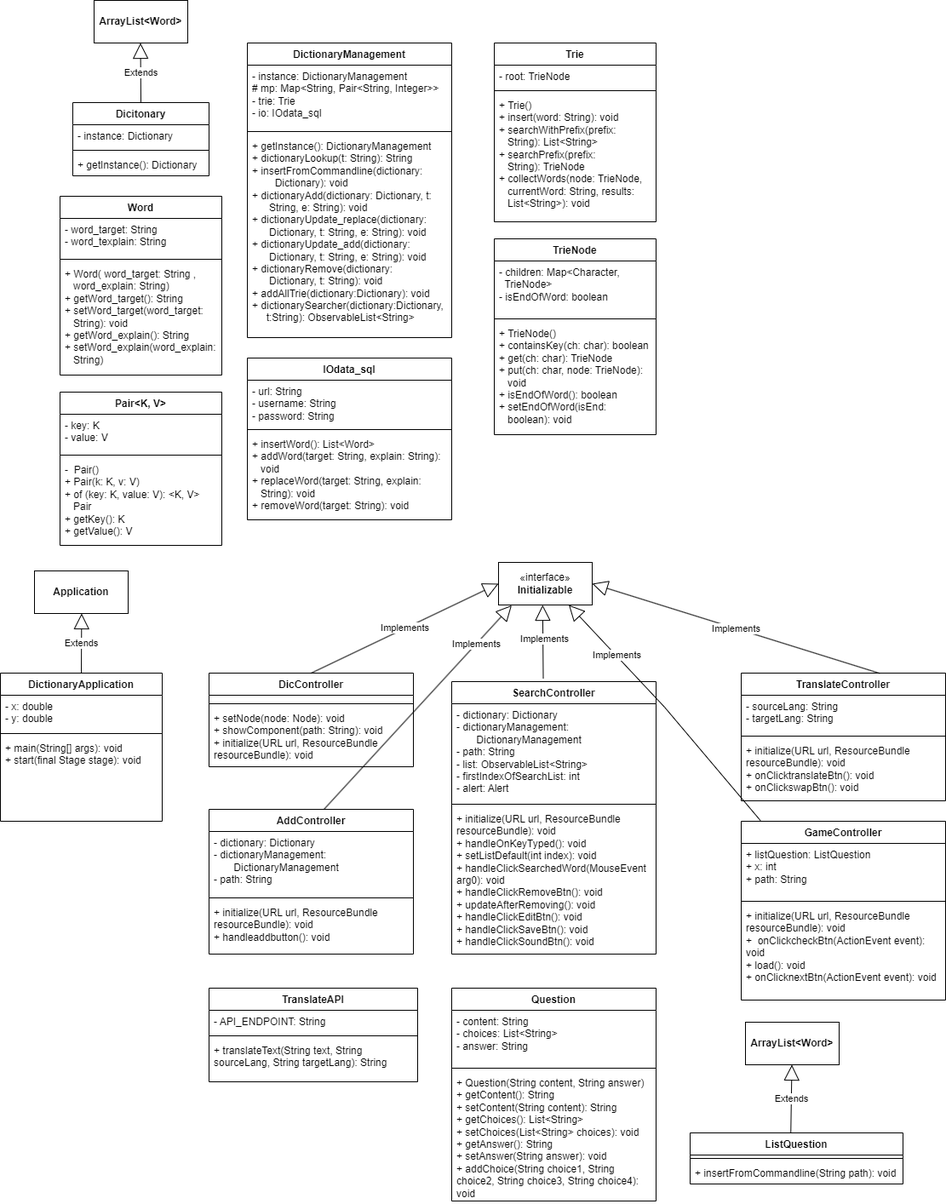
changchan255/OOP_Dictionary keeps this draw.io diagram as Dictionary_Project/DictionaryUML.drawio.png. Above is the earlier version. Source tidied: cells renumbered, new cells last; positions are measured from the earlier drawing's top-left corner, leaving out a move shared by most shapes.
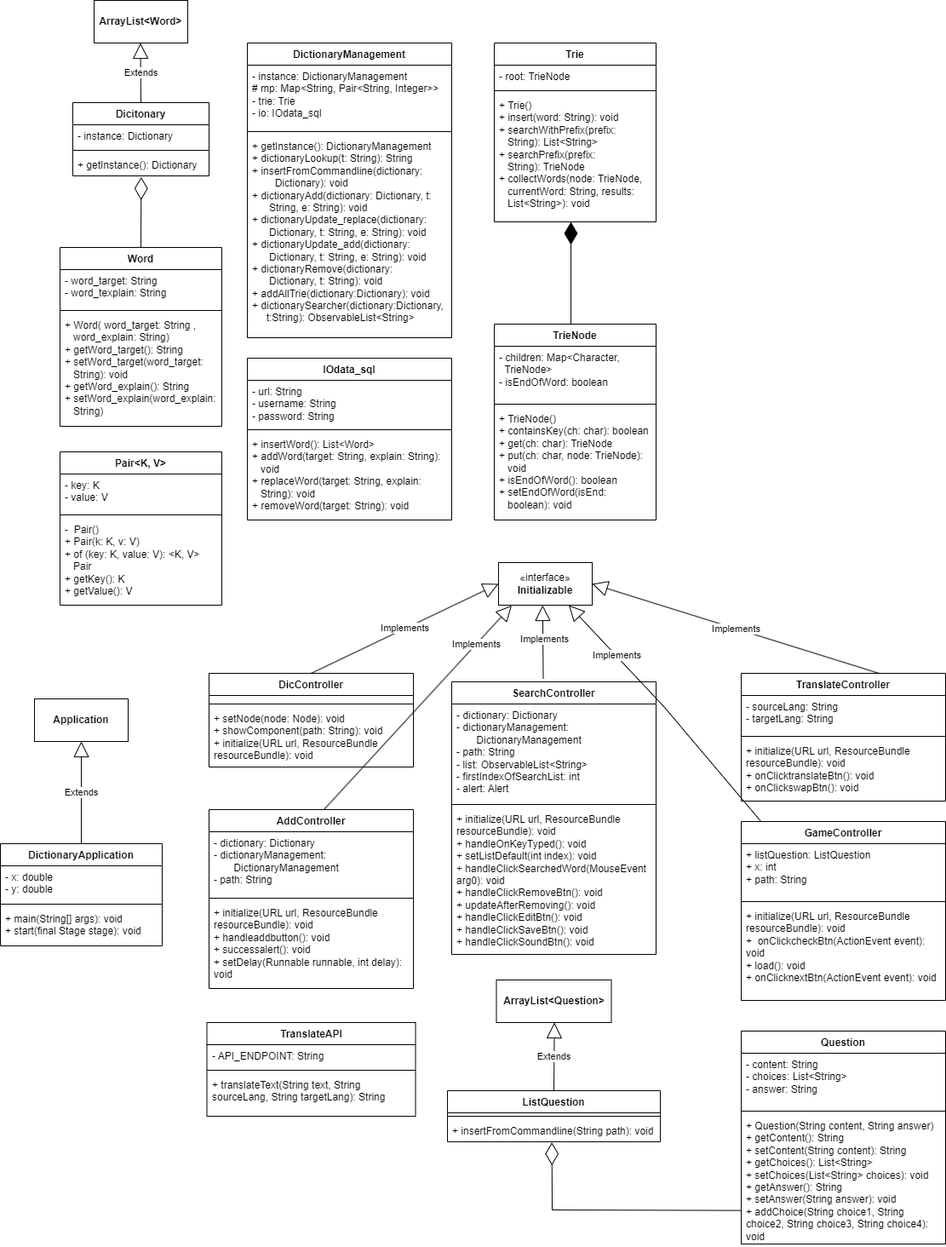
The same diagram one commit later.

The edit, as a diff of the source:
```diff
@@ -27,7 +27,7 @@
       <mxGeometry y="108" width="240" height="238" as="geometry" />
     </mxCell>
     <mxCell id="10" value="Word" style="swimlane;fontStyle=1;align=center;verticalAlign=top;horizontal=1;startSize=26;whiteSpace=wrap;html=1;" parent="1" vertex="1">
-      <mxGeometry x="70" y="230" width="190" height="210" as="geometry" />
+      <mxGeometry x="70" y="290" width="190" height="210" as="geometry" />
     </mxCell>
     <mxCell id="11" value="-&amp;nbsp;word_target: String&lt;br&gt;-&amp;nbsp;word_texplain: String" style="text;strokeColor=none;fillColor=none;align=left;verticalAlign=top;spacingLeft=4;spacingRight=4;overflow=hidden;whiteSpace=wrap;html=1;" parent="10" vertex="1">
       <mxGeometry y="26" width="190" height="44" as="geometry" />
@@ -51,7 +51,7 @@
       <mxGeometry y="60" width="190" height="150" as="geometry" />
     </mxCell>
     <mxCell id="18" value="TrieNode" style="swimlane;fontStyle=1;align=center;verticalAlign=top;horizontal=1;startSize=26;whiteSpace=wrap;html=1;" parent="1" vertex="1">
-      <mxGeometry x="580" y="280" width="190" height="230" as="geometry" />
+      <mxGeometry x="580" y="380" width="190" height="230" as="geometry" />
     </mxCell>
     <mxCell id="19" value="- children:&amp;nbsp;Map&amp;lt;Character,&amp;nbsp; &amp;nbsp; &amp;nbsp; &amp;nbsp; &amp;nbsp; &amp;nbsp; &amp;nbsp; TrieNode&amp;gt;&lt;br&gt;-&amp;nbsp;isEndOfWord: boolean" style="text;strokeColor=none;fillColor=none;align=left;verticalAlign=top;spacingLeft=4;spacingRight=4;overflow=hidden;whiteSpace=wrap;html=1;" parent="18" vertex="1">
       <mxGeometry y="26" width="190" height="64" as="geometry" />
@@ -63,7 +63,7 @@
       <mxGeometry y="98" width="190" height="132" as="geometry" />
     </mxCell>
     <mxCell id="22" value="Pair&amp;lt;K, V&amp;gt;" style="swimlane;fontStyle=1;align=center;verticalAlign=top;horizontal=1;startSize=26;whiteSpace=wrap;html=1;" parent="1" vertex="1">
-      <mxGeometry x="70" y="460" width="190" height="180" as="geometry" />
+      <mxGeometry x="70" y="530" width="190" height="180" as="geometry" />
     </mxCell>
     <mxCell id="23" value="- key: K&lt;br&gt;- value: V" style="text;strokeColor=none;fillColor=none;align=left;verticalAlign=top;spacingLeft=4;spacingRight=4;overflow=hidden;whiteSpace=wrap;html=1;" parent="22" vertex="1">
       <mxGeometry y="26" width="190" height="44" as="geometry" />
@@ -87,7 +87,7 @@
       <mxGeometry y="88" width="240" height="102" as="geometry" />
     </mxCell>
     <mxCell id="30" value="DictionaryApplication" style="swimlane;fontStyle=1;align=center;verticalAlign=top;horizontal=1;startSize=26;whiteSpace=wrap;html=1;" parent="1" vertex="1">
-      <mxGeometry y="790" width="190" height="174" as="geometry" />
+      <mxGeometry y="990" width="190" height="120" as="geometry" />
     </mxCell>
     <mxCell id="31" value="- x: double&lt;br&gt;- y: double" style="text;strokeColor=none;fillColor=none;align=left;verticalAlign=top;spacingLeft=4;spacingRight=4;overflow=hidden;whiteSpace=wrap;html=1;" parent="30" vertex="1">
       <mxGeometry y="26" width="190" height="41" as="geometry" />
@@ -96,7 +96,7 @@
       <mxGeometry y="67" width="190" height="8" as="geometry" />
     </mxCell>
     <mxCell id="33" value="+&amp;nbsp;main(String[] args): void&lt;br&gt;+&amp;nbsp;start(final Stage stage): void" style="text;strokeColor=none;fillColor=none;align=left;verticalAlign=top;spacingLeft=4;spacingRight=4;overflow=hidden;whiteSpace=wrap;html=1;" parent="30" vertex="1">
-      <mxGeometry y="75" width="190" height="99" as="geometry" />
+      <mxGeometry y="75" width="190" height="45" as="geometry" />
     </mxCell>
     <mxCell id="34" value="DicController" style="swimlane;fontStyle=1;align=center;verticalAlign=top;horizontal=1;startSize=26;whiteSpace=wrap;html=1;" parent="1" vertex="1">
       <mxGeometry x="245" y="790" width="240" height="110" as="geometry" />
@@ -114,10 +114,10 @@
       <mxGeometry x="585" y="660" width="110" height="50" as="geometry" />
     </mxCell>
     <mxCell id="39" value="&lt;b&gt;Application&lt;/b&gt;" style="html=1;whiteSpace=wrap;" parent="1" vertex="1">
-      <mxGeometry x="40" y="670" width="110" height="50" as="geometry" />
+      <mxGeometry x="40" y="820" width="110" height="50" as="geometry" />
     </mxCell>
     <mxCell id="40" value="AddController" style="swimlane;fontStyle=1;align=center;verticalAlign=top;horizontal=1;startSize=26;whiteSpace=wrap;html=1;" parent="1" vertex="1">
-      <mxGeometry x="245" y="950" width="240" height="170" as="geometry" />
+      <mxGeometry x="245" y="950" width="240" height="210" as="geometry" />
     </mxCell>
     <mxCell id="41" value="-&amp;nbsp;dictionary: Dictionary&lt;br&gt;-&amp;nbsp;dictionaryManagement:&amp;nbsp; &amp;nbsp; &amp;nbsp; &amp;nbsp; &amp;nbsp; &amp;nbsp; &amp;nbsp; &amp;nbsp; &amp;nbsp; &amp;nbsp; &amp;nbsp; &amp;nbsp; &amp;nbsp; &amp;nbsp; &amp;nbsp; &amp;nbsp; &amp;nbsp; &amp;nbsp; &amp;nbsp;DictionaryManagement&lt;br&gt;- path: String" style="text;strokeColor=none;fillColor=none;align=left;verticalAlign=top;spacingLeft=4;spacingRight=4;overflow=hidden;whiteSpace=wrap;html=1;" parent="40" vertex="1">
       <mxGeometry y="26" width="240" height="74" as="geometry" />
@@ -125,8 +125,8 @@
     <mxCell id="42" style="line;strokeWidth=1;fillColor=none;align=left;verticalAlign=middle;spacingTop=-1;spacingLeft=3;spacingRight=3;labelPosition=right;strokeColor=inherit;" parent="40" vertex="1">
       <mxGeometry y="100" width="240" height="8" as="geometry" />
     </mxCell>
-    <mxCell id="43" value="+&amp;nbsp;initialize(URL url, ResourceBundle resourceBundle): void&lt;br&gt;+&amp;nbsp;handleaddbutton(): void" style="text;strokeColor=none;fillColor=none;align=left;verticalAlign=top;spacingLeft=4;spacingRight=4;overflow=hidden;whiteSpace=wrap;html=1;" parent="40" vertex="1">
-      <mxGeometry y="108" width="240" height="62" as="geometry" />
+    <mxCell id="43" value="+&amp;nbsp;initialize(URL url, ResourceBundle resourceBundle): void&lt;br&gt;+&amp;nbsp;handleaddbutton(): void&lt;br&gt;+ successalert(): void&lt;br&gt;+ setDelay(Runnable runnable, int delay): void" style="text;strokeColor=none;fillColor=none;align=left;verticalAlign=top;spacingLeft=4;spacingRight=4;overflow=hidden;whiteSpace=wrap;html=1;" parent="40" vertex="1">
+      <mxGeometry y="108" width="240" height="102" as="geometry" />
     </mxCell>
     <mxCell id="44" value="SearchController" style="swimlane;fontStyle=1;align=center;verticalAlign=top;horizontal=1;startSize=26;whiteSpace=wrap;html=1;" parent="1" vertex="1">
       <mxGeometry x="530" y="800" width="240" height="320" as="geometry" />
@@ -165,7 +165,7 @@
       <mxGeometry y="98" width="240" height="112" as="geometry" />
     </mxCell>
     <mxCell id="56" value="TranslateAPI" style="swimlane;fontStyle=1;align=center;verticalAlign=top;horizontal=1;startSize=26;whiteSpace=wrap;html=1;" parent="1" vertex="1">
-      <mxGeometry x="245" y="1160" width="245" height="110" as="geometry" />
+      <mxGeometry x="242.5" y="1200" width="245" height="110" as="geometry" />
     </mxCell>
     <mxCell id="57" value="-&amp;nbsp;API_ENDPOINT: String" style="text;strokeColor=none;fillColor=none;align=left;verticalAlign=top;spacingLeft=4;spacingRight=4;overflow=hidden;whiteSpace=wrap;html=1;" parent="56" vertex="1">
       <mxGeometry y="26" width="245" height="26" as="geometry" />
@@ -177,7 +177,7 @@
       <mxGeometry y="60" width="245" height="50" as="geometry" />
     </mxCell>
     <mxCell id="60" value="ListQuestion" style="swimlane;fontStyle=1;align=center;verticalAlign=top;horizontal=1;startSize=26;whiteSpace=wrap;html=1;" parent="1" vertex="1">
-      <mxGeometry x="810" y="1330" width="250" height="60" as="geometry" />
+      <mxGeometry x="525" y="1280" width="250" height="60" as="geometry" />
     </mxCell>
     <mxCell id="61" style="line;strokeWidth=1;fillColor=none;align=left;verticalAlign=middle;spacingTop=-1;spacingLeft=3;spacingRight=3;labelPosition=right;strokeColor=inherit;" parent="60" vertex="1">
       <mxGeometry y="26" width="250" height="8" as="geometry" />
@@ -194,16 +194,16 @@
         <mxPoint x="164.5" y="50" as="targetPoint" />
       </mxGeometry>
     </mxCell>
-    <mxCell id="65" value="&lt;b&gt;ArrayList&amp;lt;Word&amp;gt;&lt;/b&gt;" style="html=1;whiteSpace=wrap;" parent="1" vertex="1">
-      <mxGeometry x="875" y="1200" width="110" height="50" as="geometry" />
+    <mxCell id="65" value="&lt;b&gt;ArrayList&amp;lt;Question&amp;gt;&lt;/b&gt;" style="html=1;whiteSpace=wrap;" parent="1" vertex="1">
+      <mxGeometry x="582.5" y="1150" width="135" height="50" as="geometry" />
     </mxCell>
-    <mxCell id="66" value="Extends" style="endArrow=block;endSize=16;endFill=0;html=1;rounded=0;entryX=0.564;entryY=-0.071;entryDx=0;entryDy=0;entryPerimeter=0;exitX=0.473;exitY=0.004;exitDx=0;exitDy=0;exitPerimeter=0;" parent="1" edge="1" source="60">
+    <mxCell id="66" value="Extends" style="endArrow=block;endSize=16;endFill=0;html=1;rounded=0;entryX=0.564;entryY=-0.071;entryDx=0;entryDy=0;entryPerimeter=0;exitX=0.5;exitY=0;exitDx=0;exitDy=0;" parent="1" edge="1" source="60">
       <mxGeometry relative="1" as="geometry">
-        <mxPoint x="929.5" y="1250" as="targetPoint" />
+        <mxPoint x="650.6" y="1200" as="targetPoint" />
       </mxGeometry>
     </mxCell>
     <mxCell id="67" value="Question" style="swimlane;fontStyle=1;align=center;verticalAlign=top;horizontal=1;startSize=26;whiteSpace=wrap;html=1;" parent="1" vertex="1">
-      <mxGeometry x="530" y="1160" width="240" height="250" as="geometry" />
+      <mxGeometry x="870" y="1210" width="240" height="250" as="geometry" />
     </mxCell>
     <mxCell id="68" value="- content: String&lt;br&gt;-&amp;nbsp;choices:&amp;nbsp;List&amp;lt;String&amp;gt;&lt;br&gt;-&amp;nbsp;answer: String" style="text;strokeColor=none;fillColor=none;align=left;verticalAlign=top;spacingLeft=4;spacingRight=4;overflow=hidden;whiteSpace=wrap;html=1;" parent="67" vertex="1">
       <mxGeometry y="26" width="240" height="64" as="geometry" />
@@ -216,7 +216,7 @@
     </mxCell>
     <mxCell id="71" value="Extends" style="endArrow=block;endSize=16;endFill=0;html=1;rounded=0;exitX=0.5;exitY=0;exitDx=0;exitDy=0;" parent="1" edge="1" source="30">
       <mxGeometry relative="1" as="geometry">
-        <mxPoint x="95.4" y="720" as="targetPoint" />
+        <mxPoint x="95" y="870" as="targetPoint" />
       </mxGeometry>
     </mxCell>
     <mxCell id="72" value="Implements" style="endArrow=block;endSize=16;endFill=0;html=1;rounded=0;exitX=0.5;exitY=0;exitDx=0;exitDy=0;entryX=0;entryY=0.5;entryDx=0;entryDy=0;" parent="1" edge="1" source="34" target="38">
@@ -242,5 +242,22 @@
         <mxPoint x="636.8" y="710" as="targetPoint" />
       </mxGeometry>
     </mxCell>
+    <mxCell id="77" style="endArrow=diamondThin;endFill=1;endSize=24;html=1;rounded=0;" parent="1" edge="1">
+      <mxGeometry relative="1" as="geometry">
+        <mxPoint x="670" y="380" as="sourcePoint" />
+        <mxPoint x="670" y="260" as="targetPoint" />
+      </mxGeometry>
+    </mxCell>
+    <mxCell id="78" style="endArrow=diamondThin;endFill=0;endSize=24;html=1;rounded=0;entryX=0.502;entryY=1.052;entryDx=0;entryDy=0;entryPerimeter=0;exitX=0.5;exitY=0;exitDx=0;exitDy=0;" parent="1" edge="1" source="10" target="5">
+      <mxGeometry relative="1" as="geometry" />
+    </mxCell>
+    <mxCell id="79" style="endArrow=diamondThin;endFill=0;endSize=24;html=1;rounded=0;entryX=0.501;entryY=1.026;entryDx=0;entryDy=0;entryPerimeter=0;exitX=0.002;exitY=0.741;exitDx=0;exitDy=0;exitPerimeter=0;" parent="1" edge="1" source="70">
+      <mxGeometry relative="1" as="geometry">
+        <mxPoint x="647.6" y="1340.7" as="targetPoint" />
+        <Array as="points">
+          <mxPoint x="648" y="1420" />
+        </Array>
+      </mxGeometry>
+    </mxCell>
   </root>
 </mxGraphModel>
```
